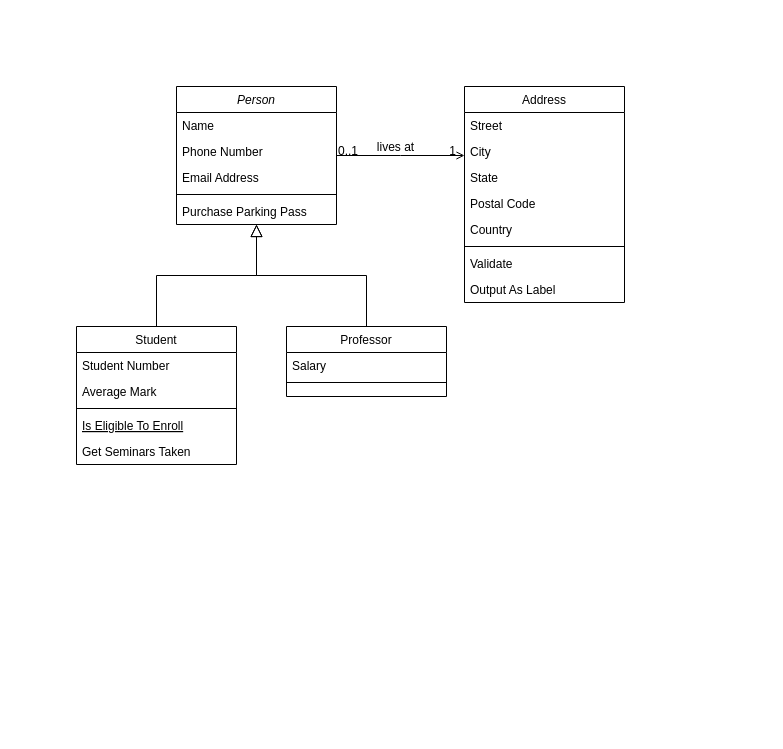
The draw.io diagram H5世界杯活动类图.drawio in milletzhu/datasource, before the edit. Source tidied: cells renumbered, new cells numbered last; positions are measured from the earlier drawing's top-left corner, leaving out a move shared by most shapes. Both pictures are drawn from the tidied source at 100%, with x=0, y=0 at pixel (76, 86).
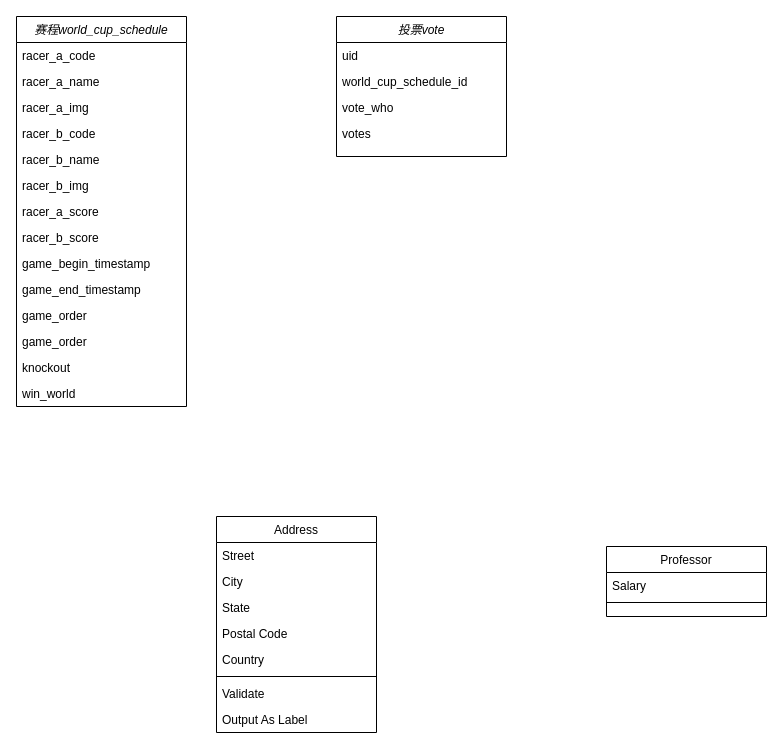
The same page after the edit.

Commit message (it also covers changes not shown here):
更新H5世界杯活动类图.drawio

Diff of the diagram source:
```diff
@@
-    <mxCell id="2" value="Person" style="swimlane;fontStyle=2;align=center;verticalAlign=top;horizontal=1;startSize=26;rounded=0;shadow=0;strokeWidth=1;" parent="1" vertex="1">
-      <mxGeometry x="100" width="160" height="138" as="geometry" />
+    <mxCell id="2" value="赛程world_cup_schedule" style="swimlane;fontStyle=2;align=center;verticalAlign=top;horizontal=1;startSize=26;rounded=0;shadow=0;strokeWidth=1;" parent="1" vertex="1">
+      <mxGeometry x="-60" y="-70" width="170" height="390" as="geometry" />
     </mxCell>
-    <mxCell id="3" value="Name" style="text;align=left;verticalAlign=top;spacingLeft=4;spacingRight=4;overflow=hidden;" parent="2" vertex="1">
-      <mxGeometry y="26" width="160" height="26" as="geometry" />
+    <mxCell id="3" value="racer_a_code" style="text;align=left;verticalAlign=top;spacingLeft=4;spacingRight=4;overflow=hidden;" parent="2" vertex="1">
+      <mxGeometry y="26" width="170" height="26" as="geometry" />
     </mxCell>
+    <mxCell id="5" value="racer_a_name" style="text;align=left;verticalAlign=top;spacingLeft=4;spacingRight=4;overflow=hidden;rounded=0;shadow=0;html=0;" parent="2" vertex="1">
+      <mxGeometry y="52" width="170" height="26" as="geometry" />
+    </mxCell>
-    <mxCell id="4" value="Phone Number" style="text;align=left;verticalAlign=top;spacingLeft=4;spacingRight=4;overflow=hidden;rounded=0;shadow=0;html=0;" parent="2" vertex="1">
-      <mxGeometry y="52" width="160" height="26" as="geometry" />
+    <mxCell id="4" value="racer_a_img" style="text;align=left;verticalAlign=top;spacingLeft=4;spacingRight=4;overflow=hidden;rounded=0;shadow=0;html=0;" parent="2" vertex="1">
+      <mxGeometry y="78" width="170" height="26" as="geometry" />
     </mxCell>
-    <mxCell id="5" value="Email Address" style="text;align=left;verticalAlign=top;spacingLeft=4;spacingRight=4;overflow=hidden;rounded=0;shadow=0;html=0;" parent="2" vertex="1">
-      <mxGeometry y="78" width="160" height="26" as="geometry" />
-    </mxCell>
-    <mxCell id="6" style="line;html=1;strokeWidth=1;align=left;verticalAlign=middle;spacingTop=-1;spacingLeft=3;spacingRight=3;labelPosition=right;" parent="2" vertex="1">
-      <mxGeometry y="104" width="160" height="8" as="geometry" />
-    </mxCell>
-    <mxCell id="7" value="Purchase Parking Pass" style="text;align=left;verticalAlign=top;spacingLeft=4;spacingRight=4;overflow=hidden;" parent="2" vertex="1">
-      <mxGeometry y="112" width="160" height="26" as="geometry" />
-    </mxCell>
-    <mxCell id="8" value="Student" style="swimlane;fontStyle=0;align=center;verticalAlign=top;horizontal=1;startSize=26;rounded=0;shadow=0;strokeWidth=1;" parent="1" vertex="1">
-      <mxGeometry y="240" width="160" height="138" as="geometry" />
-    </mxCell>
-    <mxCell id="9" value="Student Number" style="text;align=left;verticalAlign=top;spacingLeft=4;spacingRight=4;overflow=hidden;" parent="8" vertex="1">
-      <mxGeometry y="26" width="160" height="26" as="geometry" />
-    </mxCell>
-    <mxCell id="10" value="Average Mark" style="text;align=left;verticalAlign=top;spacingLeft=4;spacingRight=4;overflow=hidden;rounded=0;shadow=0;html=0;" parent="8" vertex="1">
-      <mxGeometry y="52" width="160" height="26" as="geometry" />
-    </mxCell>
-    <mxCell id="11" style="line;html=1;strokeWidth=1;align=left;verticalAlign=middle;spacingTop=-1;spacingLeft=3;spacingRight=3;labelPosition=right;" parent="8" vertex="1">
-      <mxGeometry y="78" width="160" height="8" as="geometry" />
-    </mxCell>
-    <mxCell id="12" value="Is Eligible To Enroll" style="text;align=left;verticalAlign=top;spacingLeft=4;spacingRight=4;overflow=hidden;fontStyle=4;" parent="8" vertex="1">
-      <mxGeometry y="86" width="160" height="26" as="geometry" />
-    </mxCell>
-    <mxCell id="13" value="Get Seminars Taken" style="text;align=left;verticalAlign=top;spacingLeft=4;spacingRight=4;overflow=hidden;" parent="8" vertex="1">
-      <mxGeometry y="112" width="160" height="26" as="geometry" />
-    </mxCell>
-    <mxCell id="14" style="endArrow=block;endSize=10;endFill=0;shadow=0;strokeWidth=1;rounded=0;edgeStyle=elbowEdgeStyle;elbow=vertical;" parent="1" edge="1" source="8" target="2">
-      <mxGeometry relative="1" as="geometry" />
-    </mxCell>
+    <mxCell id="32" value="racer_b_code" style="text;align=left;verticalAlign=top;spacingLeft=4;spacingRight=4;overflow=hidden;rounded=0;shadow=0;html=0;" parent="2" vertex="1">
+      <mxGeometry y="104" width="170" height="26" as="geometry" />
+    </mxCell>
+    <mxCell id="33" value="racer_b_name" style="text;align=left;verticalAlign=top;spacingLeft=4;spacingRight=4;overflow=hidden;rounded=0;shadow=0;html=0;" parent="2" vertex="1">
+      <mxGeometry y="130" width="170" height="26" as="geometry" />
+    </mxCell>
+    <mxCell id="34" value="racer_b_img" style="text;align=left;verticalAlign=top;spacingLeft=4;spacingRight=4;overflow=hidden;rounded=0;shadow=0;html=0;" parent="2" vertex="1">
+      <mxGeometry y="156" width="170" height="26" as="geometry" />
+    </mxCell>
+    <mxCell id="35" value="racer_a_score" style="text;align=left;verticalAlign=top;spacingLeft=4;spacingRight=4;overflow=hidden;" parent="2" vertex="1">
+      <mxGeometry y="182" width="170" height="26" as="geometry" />
+    </mxCell>
+    <mxCell id="36" value="racer_b_score" style="text;align=left;verticalAlign=top;spacingLeft=4;spacingRight=4;overflow=hidden;" parent="2" vertex="1">
+      <mxGeometry y="208" width="170" height="26" as="geometry" />
+    </mxCell>
+    <mxCell id="37" value="game_begin_timestamp" style="text;align=left;verticalAlign=top;spacingLeft=4;spacingRight=4;overflow=hidden;" parent="2" vertex="1">
+      <mxGeometry y="234" width="170" height="26" as="geometry" />
+    </mxCell>
+    <mxCell id="38" value="game_end_timestamp" style="text;align=left;verticalAlign=top;spacingLeft=4;spacingRight=4;overflow=hidden;" parent="2" vertex="1">
+      <mxGeometry y="260" width="170" height="26" as="geometry" />
+    </mxCell>
+    <mxCell id="39" value="game_order" style="text;align=left;verticalAlign=top;spacingLeft=4;spacingRight=4;overflow=hidden;" parent="2" vertex="1">
+      <mxGeometry y="286" width="170" height="26" as="geometry" />
+    </mxCell>
+    <mxCell id="40" value="game_order" style="text;align=left;verticalAlign=top;spacingLeft=4;spacingRight=4;overflow=hidden;" parent="2" vertex="1">
+      <mxGeometry y="312" width="170" height="26" as="geometry" />
+    </mxCell>
+    <mxCell id="41" value="knockout" style="text;align=left;verticalAlign=top;spacingLeft=4;spacingRight=4;overflow=hidden;" parent="2" vertex="1">
+      <mxGeometry y="338" width="170" height="26" as="geometry" />
+    </mxCell>
+    <mxCell id="42" value="win_world" style="text;align=left;verticalAlign=top;spacingLeft=4;spacingRight=4;overflow=hidden;" parent="2" vertex="1">
+      <mxGeometry y="364" width="170" height="26" as="geometry" />
+    </mxCell>
     <mxCell id="15" value="Professor" style="swimlane;fontStyle=0;align=center;verticalAlign=top;horizontal=1;startSize=26;rounded=0;shadow=0;strokeWidth=1;" parent="1" vertex="1">
-      <mxGeometry x="210" y="240" width="160" height="70" as="geometry" />
+      <mxGeometry x="530" y="460" width="160" height="70" as="geometry" />
     </mxCell>
@@
-    <mxCell id="18" style="endArrow=block;endSize=10;endFill=0;shadow=0;strokeWidth=1;rounded=0;edgeStyle=elbowEdgeStyle;elbow=vertical;" parent="1" edge="1" source="15" target="2">
-      <mxGeometry relative="1" as="geometry" />
-    </mxCell>
     <mxCell id="19" value="Address" style="swimlane;fontStyle=0;align=center;verticalAlign=top;horizontal=1;startSize=26;rounded=0;shadow=0;strokeWidth=1;" parent="1" vertex="1">
-      <mxGeometry x="388" width="160" height="216" as="geometry" />
+      <mxGeometry x="140" y="430" width="160" height="216" as="geometry" />
     </mxCell>
@@
-    <mxCell id="28" style="endArrow=open;shadow=0;strokeWidth=1;rounded=0;endFill=1;edgeStyle=elbowEdgeStyle;elbow=vertical;" parent="1" edge="1" source="2" target="19">
-      <mxGeometry x="0.5" y="41" relative="1" as="geometry">
-        <mxPoint x="-40" y="32" as="offset" />
-      </mxGeometry>
-    </mxCell>
-    <mxCell id="29" value="0..1" style="align=left;verticalAlign=bottom;labelBackgroundColor=none;fontSize=12;" parent="28" vertex="1">
-      <mxGeometry x="-1" relative="1" as="geometry">
-        <mxPoint y="4" as="offset" />
-      </mxGeometry>
-    </mxCell>
-    <mxCell id="30" value="1" style="align=right;verticalAlign=bottom;labelBackgroundColor=none;fontSize=12;" parent="28" vertex="1">
-      <mxGeometry x="1" relative="1" as="geometry">
-        <mxPoint x="-7" y="4" as="offset" />
-      </mxGeometry>
-    </mxCell>
-    <mxCell id="31" value="lives at" style="text;html=1;align=center;verticalAlign=middle;labelBackgroundColor=none;rounded=0;shadow=0;strokeWidth=1;fontSize=12;" parent="28" vertex="1">
-      <mxGeometry x="0.5" y="49" relative="1" as="geometry">
-        <mxPoint x="-38" y="40" as="offset" />
-      </mxGeometry>
-    </mxCell>
+    <mxCell id="43" value="投票vote" style="swimlane;fontStyle=2;align=center;verticalAlign=top;horizontal=1;startSize=26;rounded=0;shadow=0;strokeWidth=1;" parent="1" vertex="1">
+      <mxGeometry x="260" y="-70" width="170" height="140" as="geometry" />
+    </mxCell>
+    <mxCell id="44" value="uid" style="text;align=left;verticalAlign=top;spacingLeft=4;spacingRight=4;overflow=hidden;" parent="43" vertex="1">
+      <mxGeometry y="26" width="170" height="26" as="geometry" />
+    </mxCell>
+    <mxCell id="45" value="world_cup_schedule_id" style="text;align=left;verticalAlign=top;spacingLeft=4;spacingRight=4;overflow=hidden;" parent="43" vertex="1">
+      <mxGeometry y="52" width="170" height="26" as="geometry" />
+    </mxCell>
+    <mxCell id="46" value="vote_who" style="text;align=left;verticalAlign=top;spacingLeft=4;spacingRight=4;overflow=hidden;" parent="43" vertex="1">
+      <mxGeometry y="78" width="170" height="26" as="geometry" />
+    </mxCell>
+    <mxCell id="47" value="votes" style="text;align=left;verticalAlign=top;spacingLeft=4;spacingRight=4;overflow=hidden;" parent="43" vertex="1">
+      <mxGeometry y="104" width="170" height="26" as="geometry" />
+    </mxCell>
```
